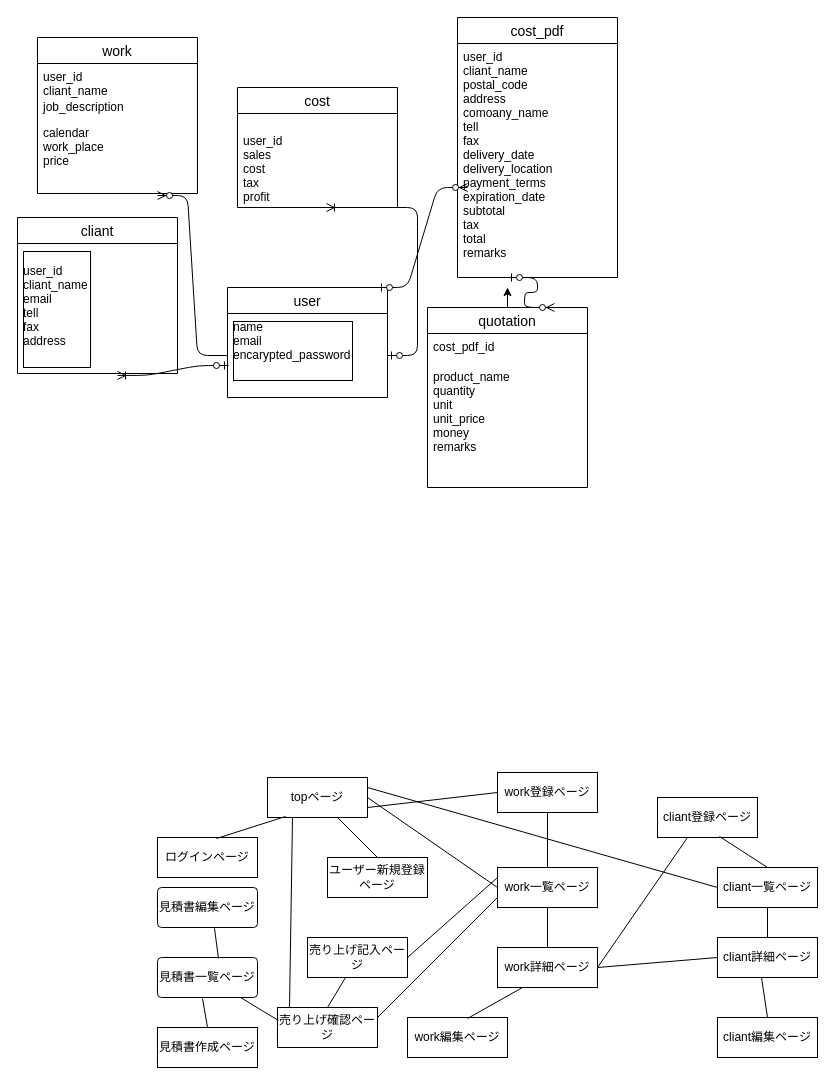
The draw.io diagram rakuyan.dio in rikumia/rakuyan, before the edit. Source tidied: cells renumbered, new cells numbered last; positions are measured from the earlier drawing's top-left corner, leaving out a move shared by most shapes. Both pictures are drawn from the tidied source at 100%, with x=0, y=0 at pixel (17, 17).
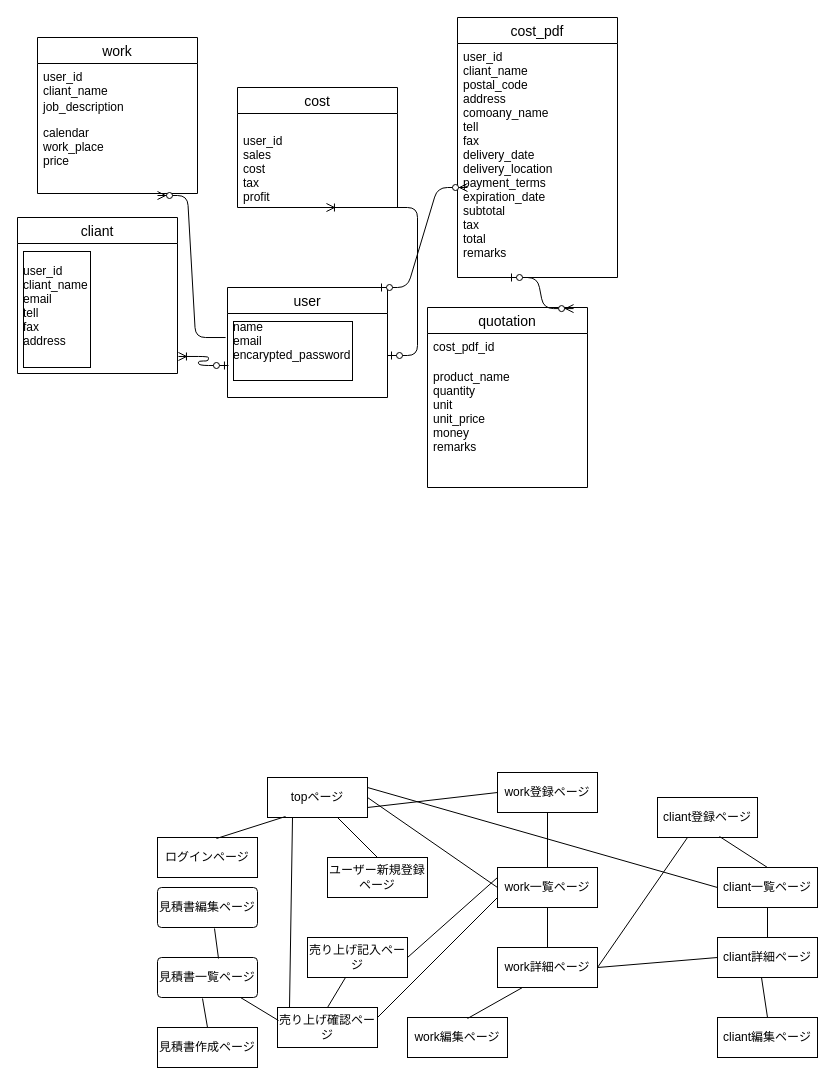
The same diagram, later.

Unchanged cells that the change refers to:
```xml
<mxCell id="3" value="&#10;user_id&#10;cliant_name&#10;email&#10;tell&#10;fax&#10;address&#10;&#10;" style="text;strokeColor=none;fillColor=none;spacingLeft=4;spacingRight=4;overflow=hidden;points=[[0,0.5],[1,0.5]];portConstraint=eastwest;fontSize=12;labelBorderColor=#000000;" parent="2" vertex="1">
  <mxGeometry y="26" width="160" height="130" as="geometry" />
</mxCell>
<mxCell id="5" value="name&#10;email&#10;encarypted_password&#10;&#10;" style="text;strokeColor=none;fillColor=none;spacingLeft=4;spacingRight=4;overflow=hidden;points=[[0,0.5],[1,0.5]];portConstraint=eastwest;fontSize=12;labelBorderColor=#000000;" parent="4" vertex="1">
  <mxGeometry y="26" width="160" height="84" as="geometry" />
</mxCell>
<mxCell id="9" value="calendar&#10;work_place&#10;price" style="text;strokeColor=none;fillColor=none;spacingLeft=4;spacingRight=4;overflow=hidden;points=[[0,0.5],[1,0.5]];portConstraint=eastwest;fontSize=12;" parent="6" vertex="1">
  <mxGeometry y="82" width="160" height="74" as="geometry" />
</mxCell>
<mxCell id="49" value="quotation" style="swimlane;fontStyle=0;horizontal=1;startSize=26;align=center;fontSize=14;" parent="1" vertex="1">
  <mxGeometry x="410" y="290" width="160" height="180" as="geometry" />
</mxCell>
```

The edit, as a diff of the source:
```diff
@@
-    <mxCell id="46" style="edgeStyle=entityRelationEdgeStyle;fontSize=12;html=1;endArrow=ERzeroToMany;startArrow=none;entryX=0.75;entryY=1.027;entryDx=0;entryDy=0;entryPerimeter=0;" parent="1" edge="1" source="5" target="9">
+    <mxCell id="46" style="edgeStyle=entityRelationEdgeStyle;fontSize=12;html=1;endArrow=ERzeroToMany;startArrow=none;entryX=0.75;entryY=1.027;entryDx=0;entryDy=0;entryPerimeter=0;exitX=-0.012;exitY=0.286;exitDx=0;exitDy=0;exitPerimeter=0;" parent="1" edge="1" source="5" target="9">
       <mxGeometry relative="1" as="geometry" />
     </mxCell>
-    <mxCell id="47" style="edgeStyle=entityRelationEdgeStyle;fontSize=12;html=1;endArrow=ERoneToMany;startArrow=ERzeroToOne;entryX=0.625;entryY=1.015;entryDx=0;entryDy=0;entryPerimeter=0;exitX=0.006;exitY=0.619;exitDx=0;exitDy=0;exitPerimeter=0;" parent="1" edge="1" source="5" target="3">
+    <mxCell id="47" style="edgeStyle=entityRelationEdgeStyle;fontSize=12;html=1;endArrow=ERoneToMany;startArrow=ERzeroToOne;entryX=1.006;entryY=0.869;entryDx=0;entryDy=0;entryPerimeter=0;exitX=0.006;exitY=0.619;exitDx=0;exitDy=0;exitPerimeter=0;" parent="1" edge="1" source="5" target="3">
       <mxGeometry relative="1" as="geometry" />
     </mxCell>
-    <mxCell id="48" style="edgeStyle=none;html=1;" parent="1" edge="1" source="49">
-      <mxGeometry relative="1" as="geometry">
-        <mxPoint x="490" y="270" as="targetPoint" />
-      </mxGeometry>
-    </mxCell>
@@
-    <mxCell id="58" style="edgeStyle=entityRelationEdgeStyle;fontSize=12;html=1;endArrow=ERzeroToMany;startArrow=ERzeroToOne;entryX=0.794;entryY=0;entryDx=0;entryDy=0;entryPerimeter=0;" parent="1" edge="1" target="49">
+    <mxCell id="58" style="edgeStyle=entityRelationEdgeStyle;fontSize=12;html=1;endArrow=ERzeroToMany;startArrow=ERzeroToOne;entryX=0.913;entryY=0.006;entryDx=0;entryDy=0;entryPerimeter=0;" parent="1" edge="1" target="49">
       <mxGeometry relative="1" as="geometry">
         <mxPoint x="490" y="260" as="sourcePoint" />
       </mxGeometry>
     </mxCell>
```
